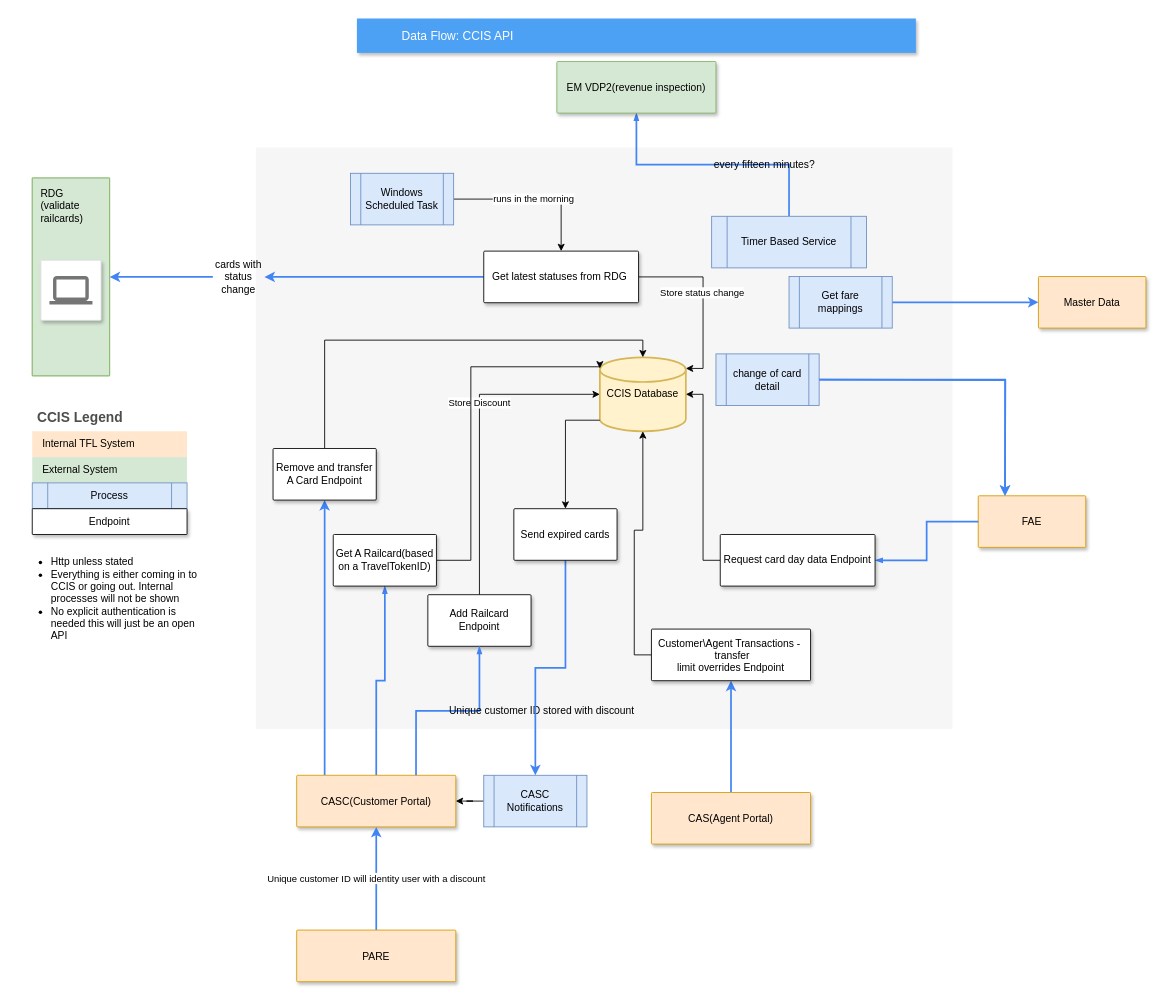
Earlier version of the draw.io diagram Copy of CCIS-API.drawio (mattwatts36/drawings). Source tidied: cells renumbered, new cells numbered last; positions are measured from the earlier drawing's top-left corner, leaving out a move shared by most shapes. Both pictures are drawn from the tidied source at 86%, with x=0, y=0 at pixel (15, 18).
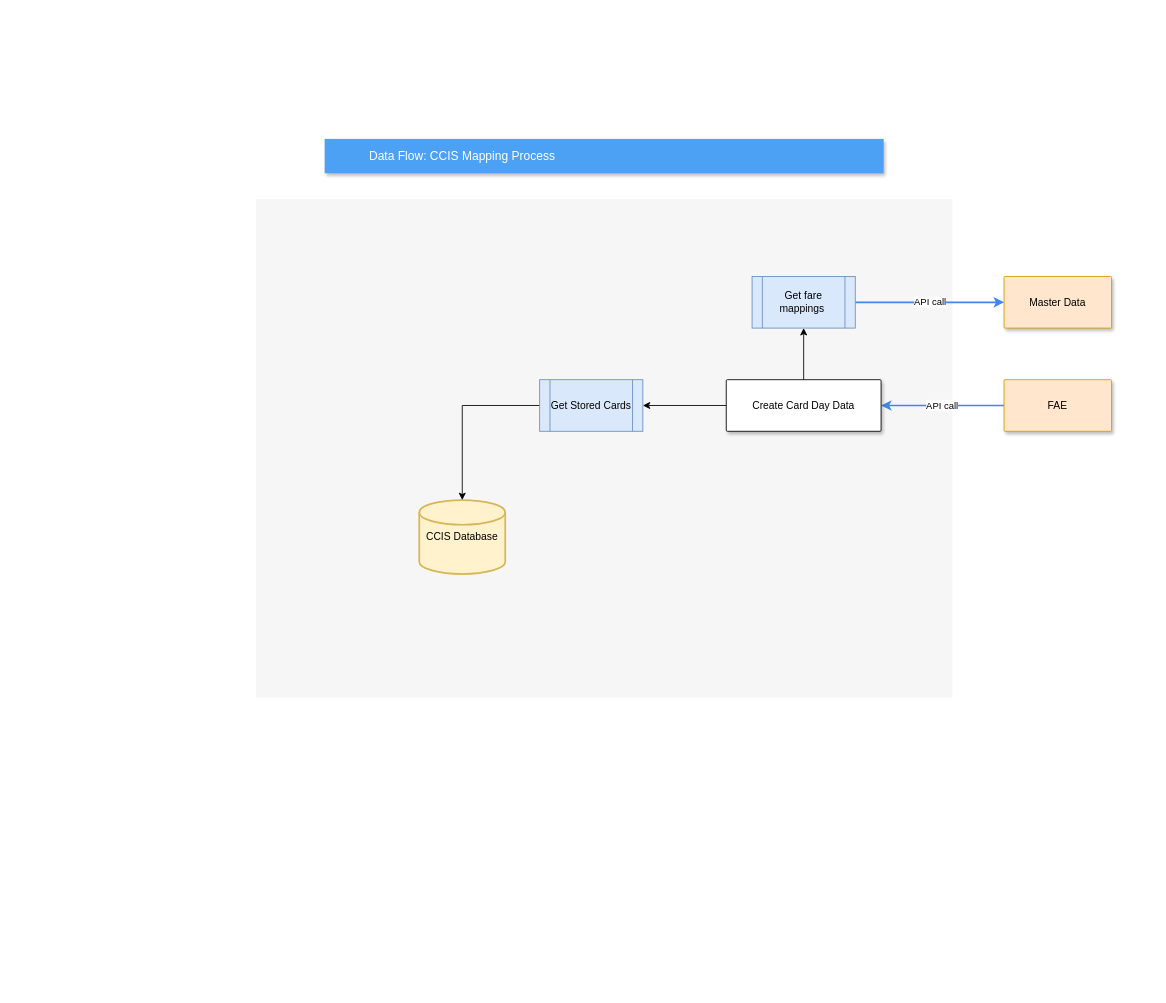
The same page after the edit.

Change to the diagram source:
```diff
@@
     <mxCell id="2" style="fillColor=#F6F6F6;strokeColor=none;shadow=0;gradientColor=none;fontSize=14;align=left;spacing=10;fontColor=#717171;9E9E9E;verticalAlign=top;spacingTop=-4;fontStyle=0;spacingLeft=40;html=1;" parent="1" vertex="1">
-      <mxGeometry x="280" y="150" width="810" height="676" as="geometry" />
+      <mxGeometry x="280" y="210" width="810" height="580" as="geometry" />
     </mxCell>
-    <mxCell id="3" value="Data Flow: CCIS API" style="fillColor=#4DA1F5;strokeColor=none;shadow=1;gradientColor=none;fontSize=14;align=left;spacingLeft=50;fontColor=#ffffff;html=1;" parent="1" vertex="1">
-      <mxGeometry x="397.5" width="650" height="40" as="geometry" />
+    <mxCell id="3" value="Data Flow: CCIS Mapping Process" style="fillColor=#4DA1F5;strokeColor=none;shadow=1;gradientColor=none;fontSize=14;align=left;spacingLeft=50;fontColor=#ffffff;html=1;" parent="1" vertex="1">
+      <mxGeometry x="360" y="140" width="650" height="40" as="geometry" />
     </mxCell>
-    <mxCell id="4" value="every fifteen minutes?" style="edgeStyle=orthogonalEdgeStyle;rounded=0;jettySize=auto;html=1;entryX=0.5;entryY=1;entryDx=0;entryDy=0;exitX=0.5;exitY=0;exitDx=0;exitDy=0;dashed=0;strokeColor=#4284F3;strokeWidth=2;align=left;verticalAlign=middle;fontFamily=Helvetica;fontSize=12;fontColor=#000000;labelBackgroundColor=none;elbow=vertical;startFill=1;startSize=4;endArrow=blockThin;endFill=1;endSize=4;" parent="1" edge="1" source="37" target="5">
-      <mxGeometry relative="1" as="geometry" />
-    </mxCell>
-    <mxCell id="5" value="EM VDP2(revenue inspection)" style="strokeColor=#82b366;shadow=1;strokeWidth=1;rounded=1;absoluteArcSize=1;arcSize=2;fillColor=#d5e8d4;" parent="1" vertex="1">
-      <mxGeometry x="630" y="50" width="185" height="60" as="geometry" />
-    </mxCell>
-    <mxCell id="6" style="edgeStyle=orthogonalEdgeStyle;rounded=0;jettySize=auto;html=1;entryX=0.5;entryY=1;entryDx=0;entryDy=0;strokeWidth=2;strokeColor=#4284F3;" parent="1" edge="1" source="31" target="21">
-      <mxGeometry relative="1" as="geometry" />
-    </mxCell>
-    <mxCell id="7" style="edgeStyle=orthogonalEdgeStyle;rounded=0;jettySize=auto;html=1;strokeColor=#4284F3;strokeWidth=2;" parent="1" edge="1" source="9" target="33">
-      <mxGeometry relative="1" as="geometry">
-        <Array as="points">
-          <mxPoint x="360" y="800" />
-          <mxPoint x="360" y="800" />
-        </Array>
-      </mxGeometry>
-    </mxCell>
-    <mxCell id="8" style="edgeStyle=orthogonalEdgeStyle;rounded=0;jettySize=auto;html=1;entryX=0.5;entryY=1;entryDx=0;entryDy=0;strokeColor=#4284F3;dashed=0;strokeWidth=2;align=left;verticalAlign=middle;fontFamily=Helvetica;fontSize=12;fontColor=#000000;labelBackgroundColor=none;elbow=vertical;startFill=1;startSize=4;endArrow=blockThin;endFill=1;endSize=4;" parent="1" edge="1" source="9" target="45">
-      <mxGeometry relative="1" as="geometry" />
-    </mxCell>
-    <mxCell id="9" value="CASC(Customer Portal)" style="strokeColor=#d79b00;shadow=1;strokeWidth=1;rounded=1;absoluteArcSize=1;arcSize=2;fillColor=#ffe6cc;" parent="1" vertex="1">
-      <mxGeometry x="327.5" y="880" width="185" height="60" as="geometry" />
-    </mxCell>
-    <mxCell id="10" style="group;fillColor=#d5e8d4;strokeColor=#82b366;gradientColor=#97d077;" parent="1" vertex="1">
-      <mxGeometry x="20" y="185.5" width="90" height="230" as="geometry" />
-    </mxCell>
-    <mxCell id="11" value="RDG&lt;div&gt;(validate&amp;nbsp;&lt;/div&gt;&lt;div&gt;railcards)&lt;/div&gt;" style="rounded=1;absoluteArcSize=1;arcSize=2;html=1;strokeColor=#82b366;shadow=0;dashed=0;fontSize=12;align=left;verticalAlign=top;spacing=10;spacingTop=-4;fillColor=#d5e8d4;" parent="10" vertex="1">
-      <mxGeometry width="90" height="230" as="geometry" />
-    </mxCell>
-    <mxCell id="12" style="strokeColor=#dddddd;fillColor=#ffffff;shadow=1;strokeWidth=1;rounded=1;absoluteArcSize=1;arcSize=2;labelPosition=center;verticalLabelPosition=middle;align=center;verticalAlign=bottom;spacingLeft=0;fontColor=#999999;fontSize=12;whiteSpace=wrap;spacingBottom=2;html=1;" parent="10" vertex="1">
-      <mxGeometry x="10" y="95.5" width="70" height="70" as="geometry" />
-    </mxCell>
-    <mxCell id="13" style="dashed=0;html=1;fillColor=#757575;strokeColor=none;shape=mxgraph.gcp2.laptop;" parent="12" vertex="1">
-      <mxGeometry x="0.5" width="50" height="33" relative="1" as="geometry">
-        <mxPoint x="-25" y="18.5" as="offset" />
-      </mxGeometry>
-    </mxCell>
+    <mxCell id="25" value="API call" style="edgeStyle=orthogonalEdgeStyle;rounded=0;jettySize=auto;html=1;entryX=1;entryY=0.5;entryDx=0;entryDy=0;strokeColor=#4284F3;strokeWidth=2;align=center;verticalAlign=middle;fontFamily=Helvetica;fontSize=11;fontColor=default;labelBackgroundColor=default;endArrow=classic;" parent="1" edge="1" source="14" target="41">
+      <mxGeometry relative="1" as="geometry" />
+    </mxCell>
     <mxCell id="14" value="FAE" style="strokeColor=#d79b00;shadow=1;strokeWidth=1;rounded=1;absoluteArcSize=1;arcSize=2;fillColor=#ffe6cc;" parent="1" vertex="1">
-      <mxGeometry x="1120" y="555" width="125" height="60" as="geometry" />
+      <mxGeometry x="1150" y="420" width="125" height="60" as="geometry" />
     </mxCell>
     <mxCell id="15" value="CCIS Database" style="strokeWidth=2;html=1;shape=mxgraph.flowchart.database;whiteSpace=wrap;fillColor=#fff2cc;strokeColor=#d6b656;" parent="1" vertex="1">
-      <mxGeometry x="680" y="394" width="100" height="86" as="geometry" />
+      <mxGeometry x="470" y="560" width="100" height="86" as="geometry" />
     </mxCell>
-    <mxCell id="16" style="edgeStyle=orthogonalEdgeStyle;rounded=0;jettySize=auto;html=1;entryX=0;entryY=0.5;entryDx=0;entryDy=0;entryPerimeter=0;exitX=0.5;exitY=0;exitDx=0;exitDy=0;" parent="1" edge="1" source="39" target="15">
-      <mxGeometry relative="1" as="geometry" />
-    </mxCell>
-    <mxCell id="17" value="Store Discount" style="edgeLabel;html=1;align=center;verticalAlign=middle;" parent="16" vertex="1">
-      <mxGeometry x="0.2" y="2" relative="1" as="geometry">
-        <mxPoint x="1" as="offset" />
-      </mxGeometry>
-    </mxCell>
-    <mxCell id="18" style="edgeStyle=orthogonalEdgeStyle;rounded=0;jettySize=auto;html=1;entryX=1;entryY=0.15;entryDx=0;entryDy=0;entryPerimeter=0;exitX=1;exitY=0.5;exitDx=0;exitDy=0;" parent="1" edge="1" source="42" target="15">
-      <mxGeometry relative="1" as="geometry" />
-    </mxCell>
-    <mxCell id="19" value="Store status change" style="edgeLabel;html=1;align=center;verticalAlign=middle;" parent="18" vertex="1">
-      <mxGeometry x="-0.08" y="-2" relative="1" as="geometry" />
-    </mxCell>
-    <mxCell id="20" style="edgeStyle=orthogonalEdgeStyle;rounded=0;jettySize=auto;html=1;exitX=0;exitY=0.5;exitDx=0;exitDy=0;entryX=0.5;entryY=1;entryDx=0;entryDy=0;entryPerimeter=0;" parent="1" edge="1" source="21" target="15">
-      <mxGeometry relative="1" as="geometry" />
-    </mxCell>
-    <mxCell id="21" value="Customer\Agent Transactions - &#10; transfer&#10;limit overrides Endpoint" style="shadow=1;strokeWidth=1;rounded=1;absoluteArcSize=1;arcSize=2;" parent="1" vertex="1">
-      <mxGeometry x="740" y="710" width="185" height="60" as="geometry" />
-    </mxCell>
-    <mxCell id="22" style="edgeStyle=orthogonalEdgeStyle;rounded=0;jettySize=auto;html=1;entryX=1;entryY=0.5;entryDx=0;entryDy=0;strokeWidth=2;strokeColor=#4284F3;exitX=0;exitY=0.5;exitDx=0;exitDy=0;" parent="1" edge="1" source="42" target="24">
-      <mxGeometry relative="1" as="geometry" />
-    </mxCell>
-    <mxCell id="23" style="edgeStyle=orthogonalEdgeStyle;rounded=0;jettySize=auto;html=1;entryX=1;entryY=0.5;entryDx=0;entryDy=0;strokeWidth=2;strokeColor=#4284F3;exitX=0;exitY=0.5;exitDx=0;exitDy=0;" parent="1" edge="1" source="24" target="11">
-      <mxGeometry relative="1" as="geometry" />
-    </mxCell>
-    <mxCell id="24" value="cards with status change" style="text;html=1;align=center;verticalAlign=middle;whiteSpace=wrap;rounded=0;" parent="1" vertex="1">
-      <mxGeometry x="230" y="285.5" width="60" height="30" as="geometry" />
-    </mxCell>
-    <mxCell id="25" style="edgeStyle=orthogonalEdgeStyle;rounded=0;jettySize=auto;html=1;entryX=1;entryY=0.5;entryDx=0;entryDy=0;dashed=0;strokeColor=#4284F3;strokeWidth=2;align=left;verticalAlign=middle;fontFamily=Helvetica;fontSize=12;fontColor=#000000;labelBackgroundColor=none;elbow=vertical;startFill=1;startSize=4;endArrow=blockThin;endFill=1;endSize=4;exitX=0;exitY=0.5;exitDx=0;exitDy=0;" parent="1" edge="1" source="14" target="41">
-      <mxGeometry relative="1" as="geometry" />
-    </mxCell>
-    <mxCell id="26" value="CCIS Legend" style="shape=table;startSize=30;childLayout=tableLayout;fontSize=16;align=left;verticalAlign=top;fillColor=none;strokeColor=none;fontColor=#4D4D4D;fontStyle=1;spacingLeft=6;spacing=0;" parent="1" vertex="1">
-      <mxGeometry x="20" y="450" width="180" height="90" as="geometry" />
-    </mxCell>
-    <mxCell id="27" style="shape=tableRow;horizontal=0;startSize=0;swimlaneHead=0;swimlaneBody=0;strokeColor=inherit;top=0;left=0;bottom=0;right=0;fillColor=none;fontSize=12;" parent="26" vertex="1">
-      <mxGeometry y="30" width="180" height="30" as="geometry" />
-    </mxCell>
-    <mxCell id="28" value="Internal TFL System" style="shape=partialRectangle;html=1;whiteSpace=wrap;strokeColor=#d79b00;overflow=hidden;fillColor=#ffe6cc;top=0;left=0;bottom=0;right=0;fontSize=12;align=left;spacingLeft=10;spacingRight=4;" parent="27" vertex="1">
-      <mxGeometry width="180" height="30" as="geometry" />
-    </mxCell>
-    <mxCell id="29" style="shape=tableRow;horizontal=0;startSize=0;swimlaneHead=0;swimlaneBody=0;strokeColor=inherit;top=0;left=0;bottom=0;right=0;fillColor=none;fontSize=12;" parent="26" vertex="1">
-      <mxGeometry y="60" width="180" height="30" as="geometry" />
-    </mxCell>
-    <mxCell id="30" value="External System" style="shape=partialRectangle;html=1;whiteSpace=wrap;strokeColor=#82b366;overflow=hidden;fillColor=#d5e8d4;top=0;left=0;bottom=0;right=0;fontSize=12;align=left;spacingLeft=10;spacingRight=4;" parent="29" vertex="1">
-      <mxGeometry width="180" height="30" as="geometry" />
-    </mxCell>
-    <mxCell id="31" value="CAS(Agent Portal)" style="strokeColor=#d79b00;shadow=1;strokeWidth=1;rounded=1;absoluteArcSize=1;arcSize=2;fillColor=#ffe6cc;" parent="1" vertex="1">
-      <mxGeometry x="740" y="900" width="185" height="60" as="geometry" />
-    </mxCell>
-    <mxCell id="32" style="edgeStyle=orthogonalEdgeStyle;rounded=0;jettySize=auto;html=1;exitX=0.5;exitY=0;exitDx=0;exitDy=0;entryX=0.5;entryY=0;entryDx=0;entryDy=0;entryPerimeter=0;" parent="1" edge="1" source="33" target="15">
-      <mxGeometry relative="1" as="geometry" />
-    </mxCell>
-    <mxCell id="33" value="Remove and transfer A Card Endpoint" style="whiteSpace=wrap;html=1;shadow=1;strokeWidth=1;rounded=1;arcSize=2;" parent="1" vertex="1">
-      <mxGeometry x="300" y="500" width="120" height="60" as="geometry" />
-    </mxCell>
-    <mxCell id="34" style="edgeStyle=orthogonalEdgeStyle;rounded=0;jettySize=auto;html=1;entryX=0.25;entryY=0;entryDx=0;entryDy=0;strokeWidth=2;strokeColor=#4284F3;" parent="1" edge="1" source="35" target="14">
-      <mxGeometry relative="1" as="geometry" />
-    </mxCell>
+    <mxCell id="60" style="edgeStyle=orthogonalEdgeStyle;rounded=0;jettySize=auto;html=1;entryX=0.5;entryY=0;entryDx=0;entryDy=0;entryPerimeter=0;" parent="1" edge="1" source="35" target="15">
+      <mxGeometry relative="1" as="geometry" />
+    </mxCell>
-    <mxCell id="35" value="change of card detail" style="shape=process;whiteSpace=wrap;html=1;backgroundOutline=1;fillColor=#dae8fc;strokeColor=#6c8ebf;" parent="1" vertex="1">
-      <mxGeometry x="815" y="390" width="120" height="60" as="geometry" />
+    <mxCell id="35" value="Get Stored Cards" style="shape=process;whiteSpace=wrap;html=1;backgroundOutline=1;fillColor=#dae8fc;strokeColor=#6c8ebf;" parent="1" vertex="1">
+      <mxGeometry x="610" y="420" width="120" height="60" as="geometry" />
     </mxCell>
-    <mxCell id="36" value="Process" style="shape=process;whiteSpace=wrap;html=1;backgroundOutline=1;fillColor=#dae8fc;strokeColor=#6c8ebf;" parent="1" vertex="1">
-      <mxGeometry x="20" y="540" width="180" height="30" as="geometry" />
-    </mxCell>
-    <mxCell id="37" value="Timer Based Service" style="shape=process;whiteSpace=wrap;html=1;backgroundOutline=1;fillColor=#dae8fc;strokeColor=#6c8ebf;" parent="1" vertex="1">
-      <mxGeometry x="810" y="230" width="180" height="60" as="geometry" />
-    </mxCell>
-    <mxCell id="38" value="Endpoint" style="whiteSpace=wrap;html=1;shadow=1;strokeWidth=1;rounded=1;arcSize=2;" parent="1" vertex="1">
-      <mxGeometry x="20" y="570" width="180" height="30" as="geometry" />
-    </mxCell>
-    <mxCell id="39" value="Add Railcard Endpoint" style="whiteSpace=wrap;html=1;shadow=1;strokeWidth=1;rounded=1;arcSize=2;" parent="1" vertex="1">
-      <mxGeometry x="480" y="670" width="120" height="60" as="geometry" />
-    </mxCell>
-    <mxCell id="40" style="edgeStyle=orthogonalEdgeStyle;rounded=0;jettySize=auto;html=1;exitX=0;exitY=0.5;exitDx=0;exitDy=0;entryX=1;entryY=0.5;entryDx=0;entryDy=0;entryPerimeter=0;" parent="1" edge="1" source="41" target="15">
-      <mxGeometry relative="1" as="geometry" />
-    </mxCell>
+    <mxCell id="61" style="edgeStyle=orthogonalEdgeStyle;rounded=0;jettySize=auto;html=1;" parent="1" edge="1" source="41" target="35">
+      <mxGeometry relative="1" as="geometry" />
+    </mxCell>
+    <mxCell id="62" style="edgeStyle=orthogonalEdgeStyle;rounded=0;jettySize=auto;html=1;" parent="1" edge="1" source="41" target="59">
+      <mxGeometry relative="1" as="geometry" />
+    </mxCell>
-    <mxCell id="41" value="&lt;span style=&quot;text-wrap: nowrap;&quot;&gt;Request card day data Endpoint&lt;/span&gt;" style="whiteSpace=wrap;html=1;shadow=1;strokeWidth=1;rounded=1;arcSize=2;" parent="1" vertex="1">
-      <mxGeometry x="820" y="600" width="180" height="60" as="geometry" />
+    <mxCell id="41" value="&lt;span style=&quot;text-wrap: nowrap;&quot;&gt;Create Card Day Data&lt;/span&gt;" style="whiteSpace=wrap;html=1;shadow=1;strokeWidth=1;rounded=1;arcSize=2;" parent="1" vertex="1">
+      <mxGeometry x="827" y="420" width="180" height="60" as="geometry" />
     </mxCell>
-    <mxCell id="42" value="Get latest statuses from RDG&amp;nbsp;" style="whiteSpace=wrap;html=1;shadow=1;strokeWidth=1;rounded=1;arcSize=2;" parent="1" vertex="1">
-      <mxGeometry x="545" y="270.5" width="180" height="60" as="geometry" />
-    </mxCell>
-    <mxCell id="43" value="&lt;ul&gt;&lt;li&gt;Http unless stated&lt;/li&gt;&lt;li&gt;Everything is either coming in to CCIS or going out. Internal processes will not be shown&lt;/li&gt;&lt;li&gt;No explicit authentication is needed this will just be an open API&lt;/li&gt;&lt;/ul&gt;" style="text;strokeColor=none;fillColor=none;html=1;whiteSpace=wrap;verticalAlign=middle;overflow=hidden;" parent="1" vertex="1">
-      <mxGeometry y="610" width="220" height="130" as="geometry" />
-    </mxCell>
-    <mxCell id="44" style="edgeStyle=orthogonalEdgeStyle;rounded=0;jettySize=auto;html=1;entryX=0;entryY=0.15;entryDx=0;entryDy=0;entryPerimeter=0;" parent="1" edge="1" source="45" target="15">
-      <mxGeometry relative="1" as="geometry">
-        <Array as="points">
-          <mxPoint x="530" y="630" />
-          <mxPoint x="530" y="405" />
-        </Array>
-      </mxGeometry>
-    </mxCell>
-    <mxCell id="45" value="Get A Railcard(based on a TravelTokenID)" style="whiteSpace=wrap;html=1;shadow=1;strokeWidth=1;rounded=1;arcSize=2;" parent="1" vertex="1">
-      <mxGeometry x="370" y="600" width="120" height="60" as="geometry" />
-    </mxCell>
-    <mxCell id="46" value="Unique customer ID will identity user with a discount" style="edgeStyle=orthogonalEdgeStyle;rounded=0;jettySize=auto;html=1;strokeColor=#4284F3;strokeWidth=2;align=center;verticalAlign=middle;fontFamily=Helvetica;fontSize=11;fontColor=default;labelBackgroundColor=default;endArrow=classic;" parent="1" edge="1" source="47" target="9">
-      <mxGeometry relative="1" as="geometry" />
-    </mxCell>
-    <mxCell id="47" value="PARE" style="strokeColor=#d79b00;shadow=1;strokeWidth=1;rounded=1;absoluteArcSize=1;arcSize=2;fillColor=#ffe6cc;" parent="1" vertex="1">
-      <mxGeometry x="327.5" y="1060" width="185" height="60" as="geometry" />
-    </mxCell>
-    <mxCell id="48" value="Unique customer ID stored with discount" style="edgeStyle=orthogonalEdgeStyle;rounded=0;jettySize=auto;html=1;entryX=0.5;entryY=1;entryDx=0;entryDy=0;strokeColor=#4284F3;dashed=0;strokeWidth=2;align=left;verticalAlign=middle;fontFamily=Helvetica;fontSize=12;fontColor=#000000;labelBackgroundColor=none;elbow=vertical;startFill=1;startSize=4;endArrow=blockThin;endFill=1;endSize=4;exitX=0.75;exitY=0;exitDx=0;exitDy=0;" parent="1" edge="1" source="9" target="39">
-      <mxGeometry relative="1" as="geometry" />
-    </mxCell>
-    <mxCell id="49" style="edgeStyle=orthogonalEdgeStyle;rounded=0;jettySize=auto;html=1;" parent="1" edge="1" source="50" target="9">
-      <mxGeometry relative="1" as="geometry" />
-    </mxCell>
-    <mxCell id="50" value="CASC Notifications" style="shape=process;whiteSpace=wrap;html=1;backgroundOutline=1;fillColor=#dae8fc;strokeColor=#6c8ebf;" parent="1" vertex="1">
-      <mxGeometry x="545" y="880" width="120" height="60" as="geometry" />
-    </mxCell>
-    <mxCell id="51" style="edgeStyle=orthogonalEdgeStyle;rounded=0;orthogonalLoop=1;jettySize=auto;html=1;entryX=0.25;entryY=0;entryDx=0;entryDy=0;strokeWidth=2;strokeColor=#4284F3;" parent="1" edge="1">
-      <mxGeometry relative="1" as="geometry">
-        <mxPoint x="935" y="420" as="sourcePoint" />
-        <mxPoint x="1151" y="555" as="targetPoint" />
-      </mxGeometry>
-    </mxCell>
-    <mxCell id="52" style="edgeStyle=orthogonalEdgeStyle;rounded=0;jettySize=auto;html=1;strokeColor=#4284F3;strokeWidth=2;align=center;verticalAlign=middle;fontFamily=Helvetica;fontSize=11;fontColor=default;labelBackgroundColor=default;endArrow=classic;" parent="1" edge="1" source="54" target="50">
-      <mxGeometry relative="1" as="geometry" />
-    </mxCell>
-    <mxCell id="53" style="edgeStyle=orthogonalEdgeStyle;rounded=0;jettySize=auto;html=1;exitX=0;exitY=0.85;exitDx=0;exitDy=0;exitPerimeter=0;" parent="1" edge="1" source="15" target="54">
-      <mxGeometry relative="1" as="geometry" />
-    </mxCell>
-    <mxCell id="54" value="Send expired cards" style="whiteSpace=wrap;html=1;shadow=1;strokeWidth=1;rounded=1;arcSize=2;" parent="1" vertex="1">
-      <mxGeometry x="580" y="570" width="120" height="60" as="geometry" />
-    </mxCell>
-    <mxCell id="55" value="runs in the morning" style="edgeStyle=orthogonalEdgeStyle;rounded=0;jettySize=auto;html=1;entryX=0.5;entryY=0;entryDx=0;entryDy=0;" parent="1" edge="1" source="56" target="42">
-      <mxGeometry relative="1" as="geometry" />
-    </mxCell>
-    <mxCell id="56" value="Windows Scheduled Task" style="shape=process;whiteSpace=wrap;html=1;backgroundOutline=1;fillColor=#dae8fc;strokeColor=#6c8ebf;" parent="1" vertex="1">
-      <mxGeometry x="390" y="180" width="120" height="60" as="geometry" />
-    </mxCell>
     <mxCell id="57" value="Master Data" style="strokeColor=#d79b00;shadow=1;strokeWidth=1;rounded=1;absoluteArcSize=1;arcSize=2;fillColor=#ffe6cc;" parent="1" vertex="1">
-      <mxGeometry x="1190" y="300" width="125" height="60" as="geometry" />
+      <mxGeometry x="1150" y="300" width="125" height="60" as="geometry" />
     </mxCell>
-    <mxCell id="58" style="edgeStyle=orthogonalEdgeStyle;rounded=0;jettySize=auto;html=1;entryX=0;entryY=0.5;entryDx=0;entryDy=0;strokeColor=#4284F3;strokeWidth=2;align=center;verticalAlign=middle;fontFamily=Helvetica;fontSize=11;fontColor=default;labelBackgroundColor=default;endArrow=classic;" parent="1" edge="1" source="59" target="57">
+    <mxCell id="58" value="API call" style="edgeStyle=orthogonalEdgeStyle;rounded=0;jettySize=auto;html=1;entryX=0;entryY=0.5;entryDx=0;entryDy=0;strokeColor=#4284F3;strokeWidth=2;align=center;verticalAlign=middle;fontFamily=Helvetica;fontSize=11;fontColor=default;labelBackgroundColor=default;endArrow=classic;" parent="1" edge="1" source="59" target="57">
       <mxGeometry relative="1" as="geometry" />
     </mxCell>
-    <mxCell id="59" value="Get fare mappings" style="shape=process;whiteSpace=wrap;html=1;backgroundOutline=1;fillColor=#dae8fc;strokeColor=#6c8ebf;" parent="1" vertex="1">
-      <mxGeometry x="900" y="300" width="120" height="60" as="geometry" />
+    <mxCell id="59" value="Get fare mappings&amp;nbsp;" style="shape=process;whiteSpace=wrap;html=1;backgroundOutline=1;fillColor=#dae8fc;strokeColor=#6c8ebf;" parent="1" vertex="1">
+      <mxGeometry x="857" y="300" width="120" height="60" as="geometry" />
     </mxCell>
```
